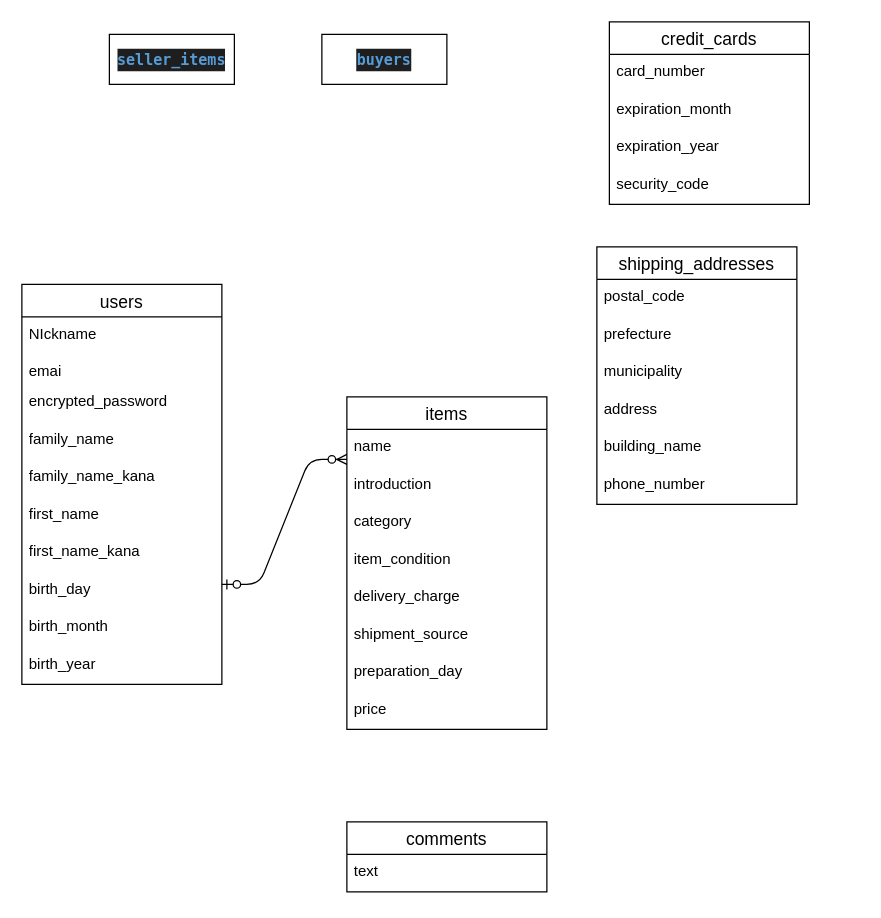
Itsme-reina/furima-34355 keeps this draw.io diagram as test.dio. Above is the earlier version. Source tidied: cells renumbered, new cells numbered last; positions are measured from the earlier drawing's top-left corner, leaving out a move shared by most shapes. Both pictures are drawn from the tidied source at 125%, with x=0, y=0 at pixel (21, 21).
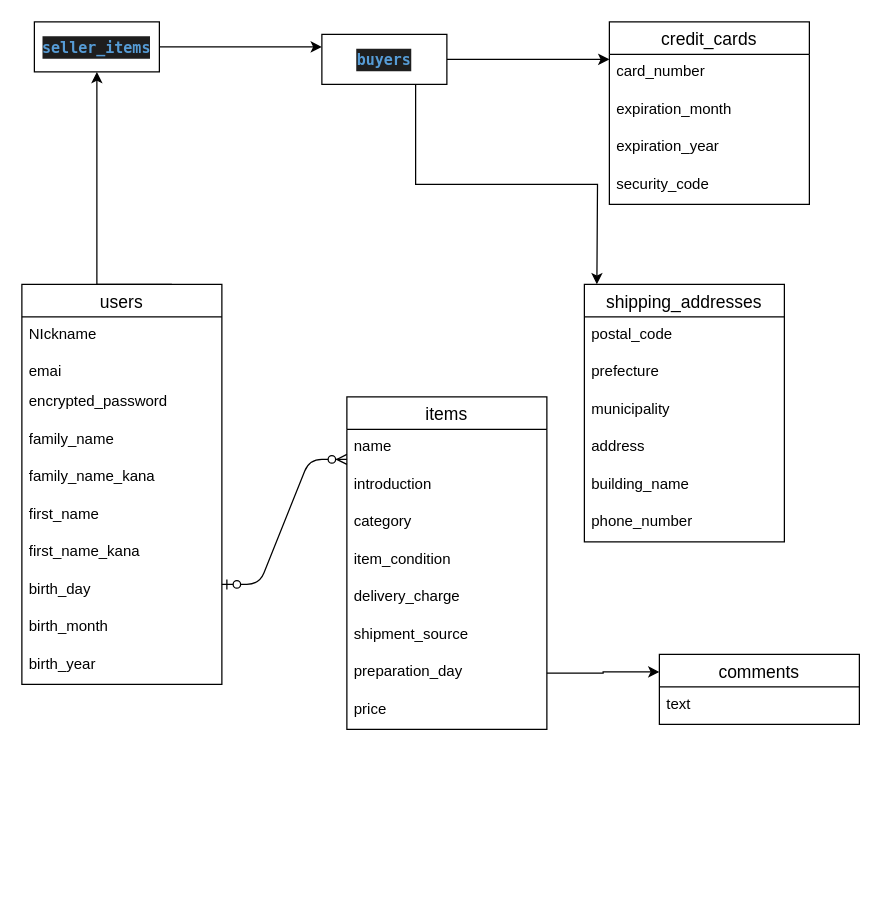
The same diagram, later.

The change refers to these unchanged cells:
```xml
<mxCell id="2" value="users" style="swimlane;fontStyle=0;horizontal=1;startSize=26;align=center;fontSize=14;" parent="1" vertex="1">
  <mxGeometry y="210" width="160" height="320" as="geometry" />
</mxCell>
<mxCell id="20" value="preparation_day" style="text;strokeColor=none;fillColor=none;spacingLeft=4;spacingRight=4;overflow=hidden;points=[[0,0.5],[1,0.5]];portConstraint=eastwest;fontSize=12;" parent="13" vertex="1">
  <mxGeometry y="206" width="160" height="30" as="geometry" />
</mxCell>
<mxCell id="25" value="&lt;div style=&quot;color: rgb(212 , 212 , 212) ; background-color: rgb(30 , 30 , 30) ; font-family: &amp;#34;menlo&amp;#34; , &amp;#34;monaco&amp;#34; , &amp;#34;courier new&amp;#34; , monospace ; line-height: 18px&quot;&gt;&lt;span style=&quot;color: #569cd6 ; font-weight: bold&quot;&gt;buyers&lt;/span&gt;&lt;/div&gt;" style="whiteSpace=wrap;html=1;align=center;" parent="1" vertex="1">
  <mxGeometry x="240" y="10" width="100" height="40" as="geometry" />
</mxCell>
<mxCell id="27" value="card_number" style="text;strokeColor=none;fillColor=none;spacingLeft=4;spacingRight=4;overflow=hidden;points=[[0,0.5],[1,0.5]];portConstraint=eastwest;fontSize=12;" parent="26" vertex="1">
  <mxGeometry y="26" width="160" height="30" as="geometry" />
</mxCell>
```

What changed in the source:
```diff
@@
+    <mxCell id="39" style="edgeStyle=orthogonalEdgeStyle;rounded=0;jettySize=auto;html=1;exitX=0.75;exitY=0;exitDx=0;exitDy=0;entryX=0.5;entryY=1;entryDx=0;entryDy=0;" parent="1" edge="1" source="2" target="24">
+      <mxGeometry relative="1" as="geometry">
+        <Array as="points">
+          <mxPoint x="60" y="210" />
+        </Array>
+      </mxGeometry>
+    </mxCell>
@@
     <mxCell id="22" value="comments" style="swimlane;fontStyle=0;horizontal=1;startSize=26;align=center;fontSize=14;" parent="1" vertex="1">
-      <mxGeometry x="260" y="640" width="160" height="56" as="geometry" />
+      <mxGeometry x="510" y="506" width="160" height="56" as="geometry" />
     </mxCell>
@@
+    <mxCell id="40" style="edgeStyle=orthogonalEdgeStyle;rounded=0;jettySize=auto;html=1;exitX=1;exitY=0.5;exitDx=0;exitDy=0;entryX=0;entryY=0.25;entryDx=0;entryDy=0;" parent="1" edge="1" source="24" target="25">
+      <mxGeometry relative="1" as="geometry" />
+    </mxCell>
     <mxCell id="24" value="&lt;div style=&quot;color: rgb(212 , 212 , 212) ; background-color: rgb(30 , 30 , 30) ; font-family: &amp;#34;menlo&amp;#34; , &amp;#34;monaco&amp;#34; , &amp;#34;courier new&amp;#34; , monospace ; line-height: 18px&quot;&gt;&lt;span style=&quot;color: #569cd6 ; font-weight: bold&quot;&gt;seller_items&lt;/span&gt;&lt;/div&gt;" style="whiteSpace=wrap;html=1;align=center;" parent="1" vertex="1">
-      <mxGeometry x="70" y="10" width="100" height="40" as="geometry" />
+      <mxGeometry x="10" width="100" height="40" as="geometry" />
     </mxCell>
+    <mxCell id="41" style="edgeStyle=orthogonalEdgeStyle;rounded=0;jettySize=auto;html=1;exitX=1;exitY=0.5;exitDx=0;exitDy=0;entryX=0;entryY=0.133;entryDx=0;entryDy=0;entryPerimeter=0;" parent="1" edge="1" source="25" target="27">
+      <mxGeometry relative="1" as="geometry" />
+    </mxCell>
+    <mxCell id="42" style="edgeStyle=orthogonalEdgeStyle;rounded=0;jettySize=auto;html=1;exitX=0.75;exitY=1;exitDx=0;exitDy=0;" parent="1" edge="1" source="25">
+      <mxGeometry relative="1" as="geometry">
+        <mxPoint x="460" y="210" as="targetPoint" />
+      </mxGeometry>
+    </mxCell>
@@
     <mxCell id="31" value="shipping_addresses" style="swimlane;fontStyle=0;horizontal=1;startSize=26;align=center;fontSize=14;" parent="1" vertex="1">
-      <mxGeometry x="460" y="180" width="160" height="206" as="geometry" />
+      <mxGeometry x="450" y="210" width="160" height="206" as="geometry" />
     </mxCell>
@@
+    <mxCell id="43" style="edgeStyle=orthogonalEdgeStyle;rounded=0;jettySize=auto;html=1;exitX=1;exitY=0.5;exitDx=0;exitDy=0;entryX=0;entryY=0.25;entryDx=0;entryDy=0;" parent="1" edge="1" source="20" target="22">
+      <mxGeometry relative="1" as="geometry" />
+    </mxCell>
```
